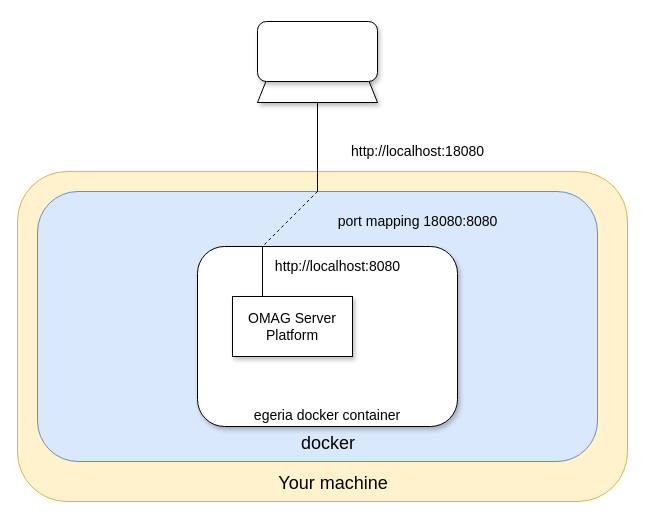
planetf1/egeria keeps this draw.io diagram as page "docker-container" (7 of 7) of developer-resources/tools/egeria-tools.drawio. Above is the earlier version. Source tidied: cells renumbered, new cells numbered last; positions are measured from the earlier drawing's top-left corner, leaving out a move shared by most shapes. Both pictures are drawn from the tidied source at 100%, with x=0, y=0 at pixel (17, 21).
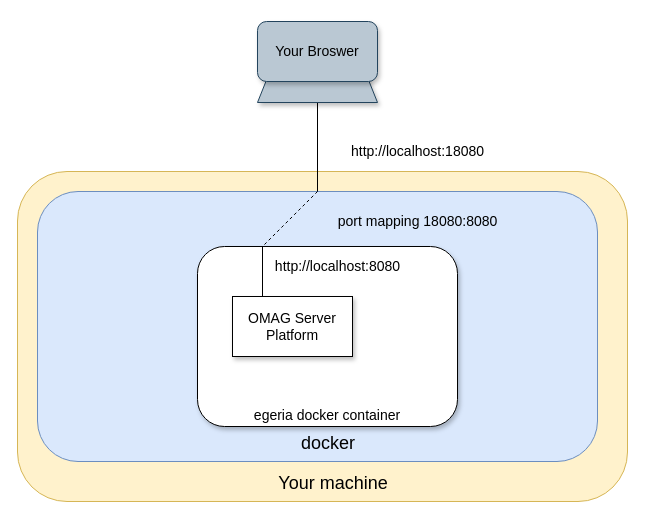
The same diagram, later.

Diff of the diagram source:
```diff
@@
 <mxGraphModel>
   <root>
     <mxCell id="0" />
     <mxCell id="1" parent="0" />
     <mxCell id="2" value="Your machine" style="rounded=1;whiteSpace=wrap;html=1;fontSize=18;align=center;verticalAlign=bottom;spacingTop=22;spacingLeft=22;fillColor=#fff2cc;strokeColor=#d6b656;spacingBottom=4;" parent="1" vertex="1">
       <mxGeometry y="150" width="610" height="330" as="geometry" />
     </mxCell>
     <mxCell id="3" value="docker" style="rounded=1;whiteSpace=wrap;html=1;fontSize=18;align=center;verticalAlign=bottom;spacingTop=22;spacingLeft=22;fillColor=#dae8fc;strokeColor=#6c8ebf;spacingBottom=4;" parent="1" vertex="1">
       <mxGeometry x="20" y="170" width="560" height="270" as="geometry" />
     </mxCell>
     <mxCell id="4" style="edgeStyle=none;rounded=0;jettySize=auto;html=1;exitX=0.25;exitY=0;exitDx=0;exitDy=0;entryX=0.25;entryY=0;entryDx=0;entryDy=0;startArrow=none;startFill=0;endArrow=none;endFill=0;fontSize=14;fontColor=#000000;" parent="1" edge="1" source="5" target="7">
       <mxGeometry relative="1" as="geometry" />
     </mxCell>
     <mxCell id="5" value="egeria docker container" style="rounded=1;whiteSpace=wrap;html=1;shadow=1;strokeWidth=1;fontSize=14;fontColor=#000000;align=center;verticalAlign=bottom;" parent="1" vertex="1">
       <mxGeometry x="180" y="225" width="260" height="180" as="geometry" />
     </mxCell>
     <mxCell id="6" style="edgeStyle=none;rounded=0;jettySize=auto;html=1;exitX=0.25;exitY=0;exitDx=0;exitDy=0;entryX=0.25;entryY=0;entryDx=0;entryDy=0;startArrow=none;startFill=0;endArrow=none;endFill=0;fontSize=14;fontColor=#000000;" parent="1" edge="1" source="7" target="5">
       <mxGeometry relative="1" as="geometry" />
     </mxCell>
     <mxCell id="7" value="OMAG Server Platform" style="rounded=0;whiteSpace=wrap;html=1;shadow=1;strokeWidth=1;fontSize=14;fontColor=#000000;align=center;" parent="1" vertex="1">
       <mxGeometry x="215" y="275" width="120" height="60" as="geometry" />
     </mxCell>
     <mxCell id="8" style="edgeStyle=none;rounded=0;jettySize=auto;html=1;exitX=0.5;exitY=1;exitDx=0;exitDy=0;entryX=0.5;entryY=0;entryDx=0;entryDy=0;startArrow=none;startFill=0;endArrow=none;endFill=0;fontSize=14;fontColor=#000000;" parent="1" edge="1" source="9" target="3">
       <mxGeometry relative="1" as="geometry" />
     </mxCell>
-    <mxCell id="9" style="shape=trapezoid;perimeter=trapezoidPerimeter;whiteSpace=wrap;html=1;shadow=1;strokeWidth=1;fontSize=14;fontColor=#000000;align=center;" parent="1" vertex="1">
+    <mxCell id="9" style="shape=trapezoid;perimeter=trapezoidPerimeter;whiteSpace=wrap;html=1;shadow=1;strokeWidth=1;fontSize=14;align=center;fillColor=#bac8d3;strokeColor=#23445d;" parent="1" vertex="1">
       <mxGeometry x="240" y="21" width="120" height="60" as="geometry" />
     </mxCell>
-    <mxCell id="10" style="rounded=1;whiteSpace=wrap;html=1;shadow=1;strokeWidth=1;fontSize=14;fontColor=#000000;align=center;" parent="1" vertex="1">
+    <mxCell id="10" value="Your Broswer" style="rounded=1;whiteSpace=wrap;html=1;shadow=1;strokeWidth=1;fontSize=14;align=center;fillColor=#bac8d3;strokeColor=#23445d;" parent="1" vertex="1">
       <mxGeometry x="240" width="120" height="60" as="geometry" />
     </mxCell>
     <mxCell id="11" value="http://localhost:18080" style="text;html=1;align=center;verticalAlign=middle;fontSize=14;fontColor=#000000;" parent="1" vertex="1">
       <mxGeometry x="325" y="120" width="150" height="20" as="geometry" />
     </mxCell>
     <mxCell id="12" value="http://localhost:8080" style="text;html=1;align=center;verticalAlign=middle;fontSize=14;fontColor=#000000;" parent="1" vertex="1">
       <mxGeometry x="250" y="235" width="140" height="20" as="geometry" />
     </mxCell>
     <mxCell id="13" style="edgeStyle=none;rounded=0;jettySize=auto;html=1;exitX=0.5;exitY=0;exitDx=0;exitDy=0;entryX=0.25;entryY=0;entryDx=0;entryDy=0;startArrow=none;startFill=0;endArrow=none;endFill=0;fontSize=14;fontColor=#000000;dashed=1;" parent="1" edge="1" source="3" target="5">
       <mxGeometry relative="1" as="geometry" />
     </mxCell>
     <mxCell id="14" value="port mapping 18080:8080" style="text;html=1;align=center;verticalAlign=middle;fontSize=14;fontColor=#000000;" parent="1" vertex="1">
       <mxGeometry x="310" y="190" width="180" height="20" as="geometry" />
     </mxCell>
   </root>
 </mxGraphModel>
```
